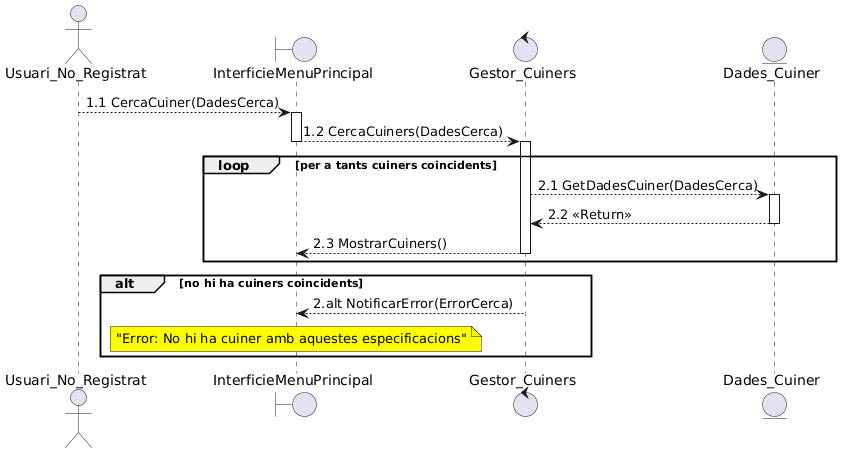
The PlantUML diagram documents/Diagrames i Especificacions/Seqüencia/ALEJANDRO/2- Cercar Cuiner.png in martipages/ES23UAB431-02, before a commit. Source of this version:
```plantuml
@startuml
actor Usuari_No_Registrat as UsuariN
boundary InterficieMenuPrincipal as interficie

control Gestor_Cuiners as gestor
entity Dades_Cuiner as cuiner

UsuariN --> interficie ++: 1.1 CercaCuiner(DadesCerca)
interficie --> gestor --++: 1.2 CercaCuiners(DadesCerca)

loop per a tants cuiners coincidents
gestor --> cuiner ++: 2.1 GetDadesCuiner(DadesCerca)
cuiner --> gestor --: 2.2 <<Return>>
gestor --> interficie --: 2.3 MostrarCuiners()
end

alt no hi ha cuiners coincidents
 gestor --> interficie : 2.alt NotificarError(ErrorCerca)
 note over interficie #Yellow : "Error: No hi ha cuiner amb aquestes especificacions"
end
@enduml
```
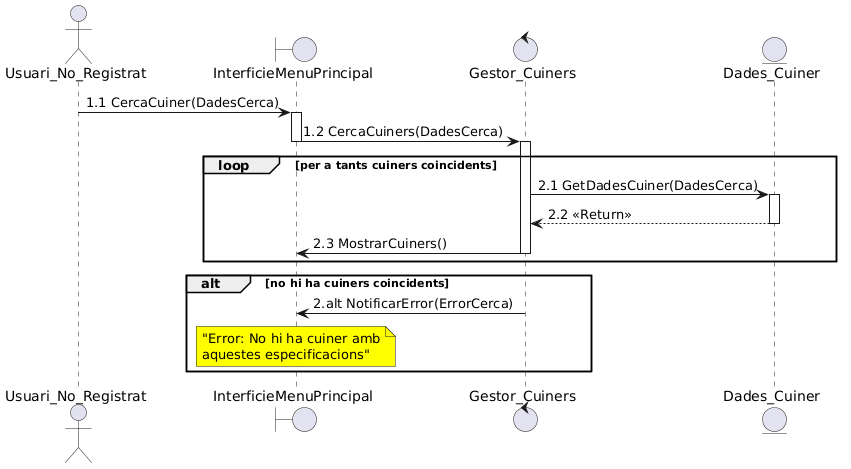
After the commit.

Diff of the diagram source:
```diff
@@ -5,17 +5,17 @@
 control Gestor_Cuiners as gestor
 entity Dades_Cuiner as cuiner
 
-UsuariN --> interficie ++: 1.1 CercaCuiner(DadesCerca)
-interficie --> gestor --++: 1.2 CercaCuiners(DadesCerca)
+UsuariN -> interficie ++: 1.1 CercaCuiner(DadesCerca)
+interficie -> gestor --++: 1.2 CercaCuiners(DadesCerca)
 
 loop per a tants cuiners coincidents
-gestor --> cuiner ++: 2.1 GetDadesCuiner(DadesCerca)
+gestor -> cuiner ++: 2.1 GetDadesCuiner(DadesCerca)
 cuiner --> gestor --: 2.2 <<Return>>
-gestor --> interficie --: 2.3 MostrarCuiners()
+gestor -> interficie --: 2.3 MostrarCuiners()
 end
 
 alt no hi ha cuiners coincidents
- gestor --> interficie : 2.alt NotificarError(ErrorCerca)
- note over interficie #Yellow : "Error: No hi ha cuiner amb aquestes especificacions"
+ gestor -> interficie : 2.alt NotificarError(ErrorCerca)
+ note over interficie #Yellow : "Error: No hi ha cuiner amb\naquestes especificacions"
 end
 @enduml
```
